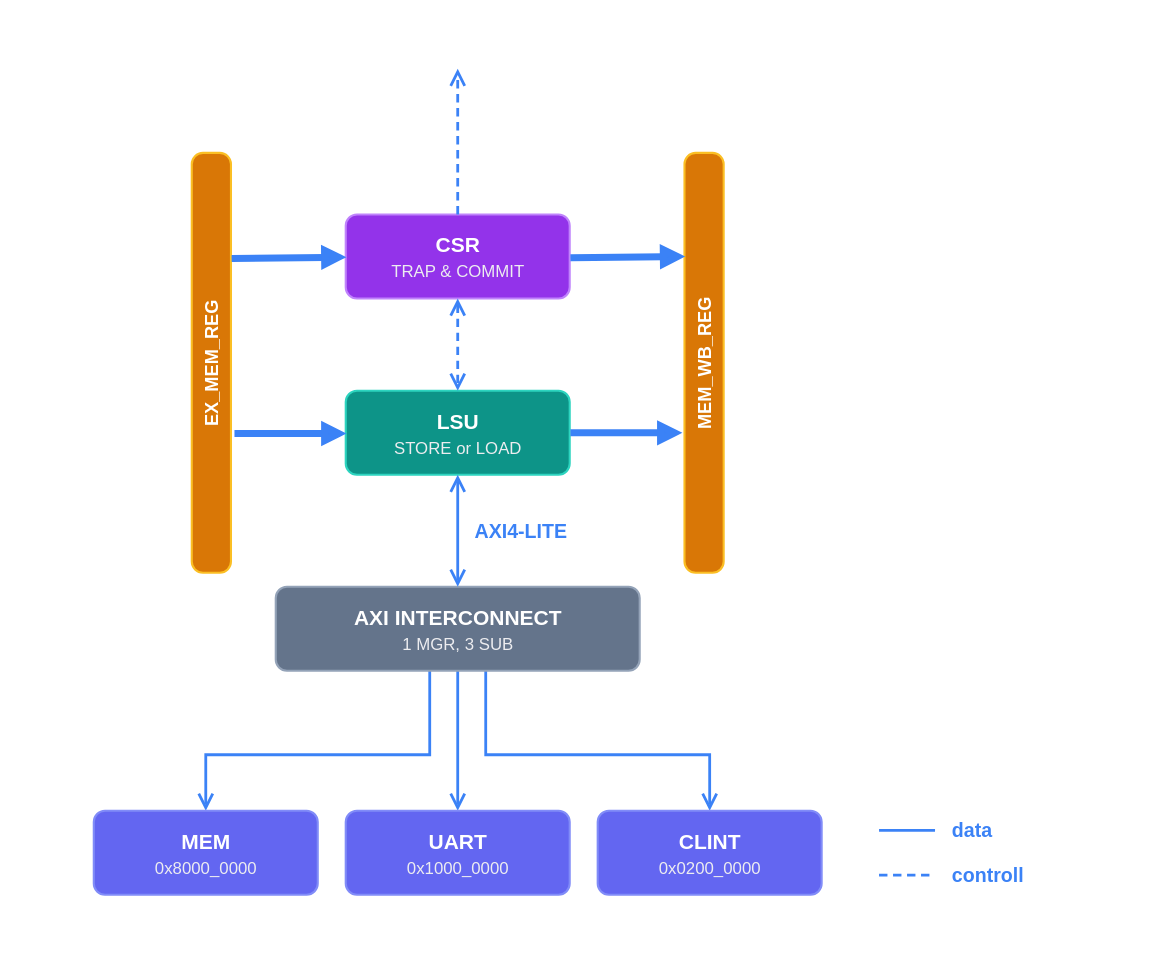
The draw.io diagram images/svg/mem_stage.svg in marcobenkler/riscv-cpu, before a commit. Source tidied: cells renumbered, new cells last; positions are measured from the earlier drawing's top-left corner, leaving out a move shared by most shapes.
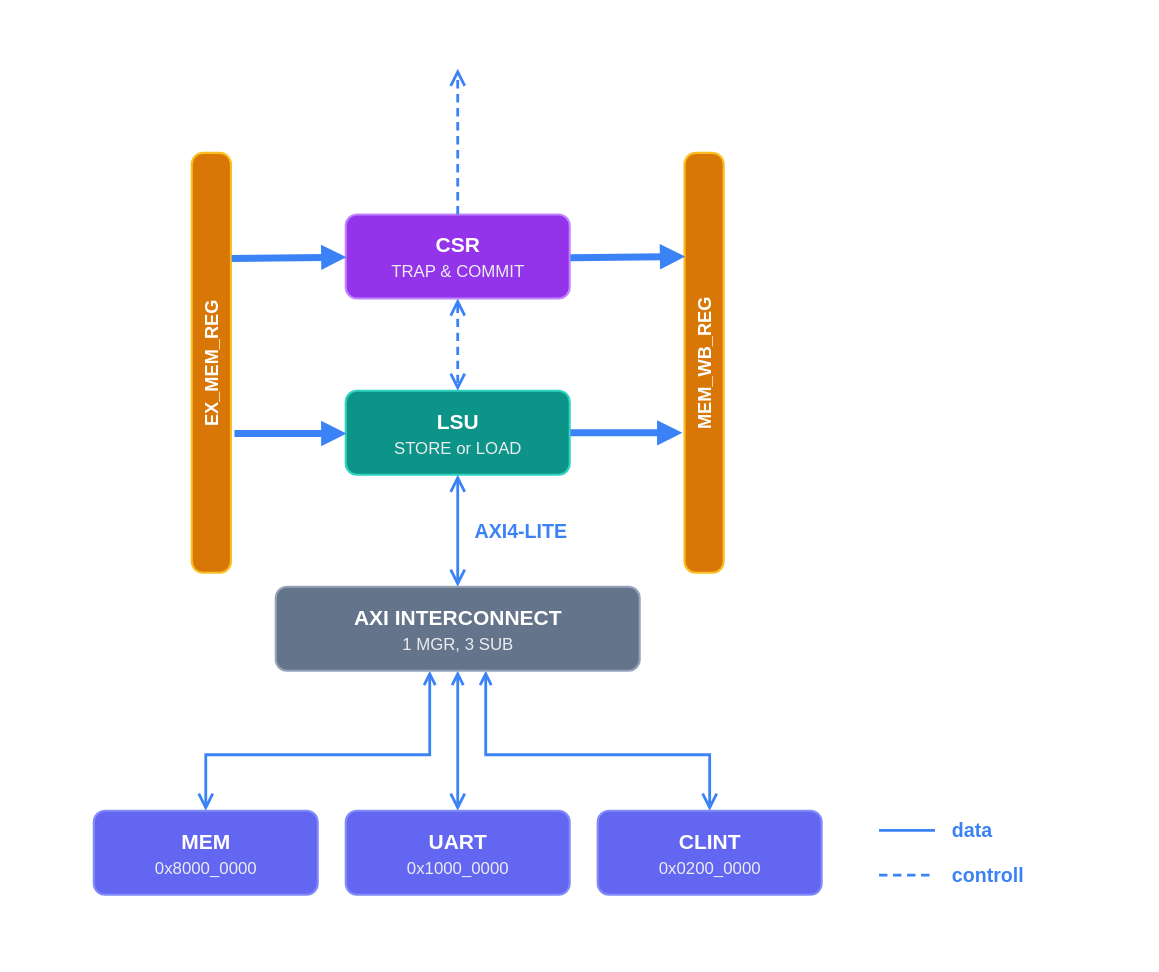
Later version of the same file.

What changed in the source:
```diff
@@ -26,7 +26,7 @@
         <mxPoint x="487" y="308.5" as="targetPoint" />
       </mxGeometry>
     </mxCell>
-    <mxCell id="8" style="html=1;rounded=0;strokeColor=#3B82F6;strokeWidth=2;endArrow=open;endSize=8;fontFamily=Helvetica;fontSize=13;fontStyle=1;fontColor=#3B82F6;labelBackgroundColor=none;edgeStyle=orthogonalEdgeStyle;entryX=0.5;entryY=0;entryDx=0;entryDy=0;" parent="1" edge="1">
+    <mxCell id="8" style="html=1;rounded=0;strokeColor=#3B82F6;strokeWidth=2;endArrow=open;endSize=8;fontFamily=Helvetica;fontSize=13;fontStyle=1;fontColor=#3B82F6;labelBackgroundColor=none;edgeStyle=orthogonalEdgeStyle;entryX=0.5;entryY=0;entryDx=0;entryDy=0;startArrow=open;startFill=0;" parent="1" edge="1">
       <mxGeometry x="-0.21" relative="1" as="geometry">
         <mxPoint x="307" y="479" as="sourcePoint" />
         <mxPoint x="147" y="579" as="targetPoint" />
@@ -36,7 +36,7 @@
         </Array>
       </mxGeometry>
     </mxCell>
-    <mxCell id="9" style="html=1;rounded=0;strokeColor=#3B82F6;strokeWidth=2;endArrow=open;endSize=8;fontFamily=Helvetica;fontSize=13;fontStyle=1;fontColor=#3B82F6;labelBackgroundColor=none;edgeStyle=orthogonalEdgeStyle;entryX=0.5;entryY=0;entryDx=0;entryDy=0;" parent="1" edge="1">
+    <mxCell id="9" style="html=1;rounded=0;strokeColor=#3B82F6;strokeWidth=2;endArrow=open;endSize=8;fontFamily=Helvetica;fontSize=13;fontStyle=1;fontColor=#3B82F6;labelBackgroundColor=none;edgeStyle=orthogonalEdgeStyle;entryX=0.5;entryY=0;entryDx=0;entryDy=0;startArrow=open;startFill=0;" parent="1" edge="1">
       <mxGeometry x="-0.21" relative="1" as="geometry">
         <mxPoint x="347" y="479" as="sourcePoint" />
         <mxPoint x="507" y="579" as="targetPoint" />
@@ -46,7 +46,7 @@
         </Array>
       </mxGeometry>
     </mxCell>
-    <mxCell id="10" style="html=1;rounded=0;strokeColor=#3B82F6;strokeWidth=2;endArrow=open;endSize=8;fontFamily=Helvetica;fontSize=13;fontStyle=1;fontColor=#3B82F6;labelBackgroundColor=none;entryX=0.5;entryY=0;entryDx=0;entryDy=0;" parent="1" edge="1">
+    <mxCell id="10" style="html=1;rounded=0;strokeColor=#3B82F6;strokeWidth=2;endArrow=open;endSize=8;fontFamily=Helvetica;fontSize=13;fontStyle=1;fontColor=#3B82F6;labelBackgroundColor=none;entryX=0.5;entryY=0;entryDx=0;entryDy=0;startArrow=open;startFill=0;" parent="1" edge="1">
       <mxGeometry relative="1" as="geometry">
         <mxPoint x="327" y="479" as="sourcePoint" />
         <mxPoint x="327" y="579" as="targetPoint" />
```
